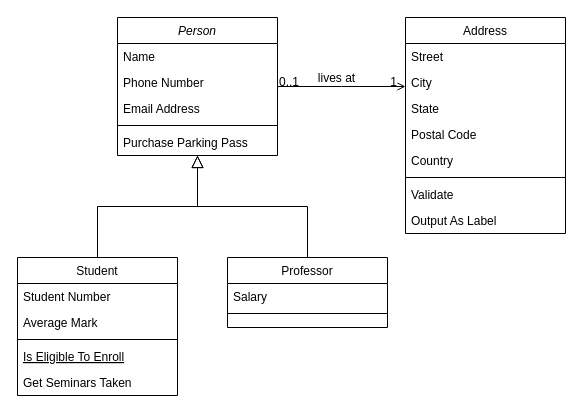
Before: Untitled Diagram.drawio in OrnanKeivison/PEOO, a draw.io diagram. Source tidied: cells renumbered, new cells numbered last; positions are measured from the earlier drawing's top-left corner, leaving out a move shared by most shapes. Both pictures are drawn from the tidied source at 100%, with x=0, y=0 at pixel (17, 17).
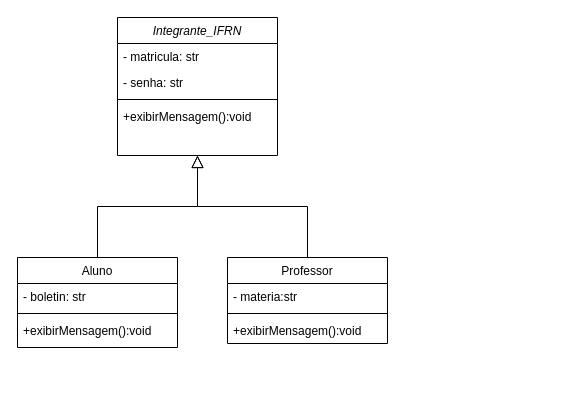
After the change.

Diff of the diagram source:
```diff
@@
-    <mxCell id="2" value="Person" style="swimlane;fontStyle=2;align=center;verticalAlign=top;horizontal=1;startSize=26;rounded=0;shadow=0;strokeWidth=1;" parent="1" vertex="1">
+    <mxCell id="2" value="Integrante_IFRN" style="swimlane;fontStyle=2;align=center;verticalAlign=top;horizontal=1;startSize=26;rounded=0;shadow=0;strokeWidth=1;" parent="1" vertex="1">
       <mxGeometry x="100" width="160" height="138" as="geometry" />
     </mxCell>
-    <mxCell id="3" value="Name" style="text;align=left;verticalAlign=top;spacingLeft=4;spacingRight=4;overflow=hidden;" parent="2" vertex="1">
+    <mxCell id="3" value="- matricula: str" style="text;align=left;verticalAlign=top;spacingLeft=4;spacingRight=4;overflow=hidden;" parent="2" vertex="1">
       <mxGeometry y="26" width="160" height="26" as="geometry" />
     </mxCell>
-    <mxCell id="4" value="Phone Number" style="text;align=left;verticalAlign=top;spacingLeft=4;spacingRight=4;overflow=hidden;rounded=0;shadow=0;html=0;" parent="2" vertex="1">
+    <mxCell id="4" value="- senha: str" style="text;align=left;verticalAlign=top;spacingLeft=4;spacingRight=4;overflow=hidden;rounded=0;shadow=0;html=0;" parent="2" vertex="1">
       <mxGeometry y="52" width="160" height="26" as="geometry" />
     </mxCell>
-    <mxCell id="5" value="Email Address" style="text;align=left;verticalAlign=top;spacingLeft=4;spacingRight=4;overflow=hidden;rounded=0;shadow=0;html=0;" parent="2" vertex="1">
-      <mxGeometry y="78" width="160" height="26" as="geometry" />
-    </mxCell>
     <mxCell id="6" style="line;html=1;strokeWidth=1;align=left;verticalAlign=middle;spacingTop=-1;spacingLeft=3;spacingRight=3;labelPosition=right;" parent="2" vertex="1">
-      <mxGeometry y="104" width="160" height="8" as="geometry" />
+      <mxGeometry y="78" width="160" height="8" as="geometry" />
     </mxCell>
-    <mxCell id="7" value="Purchase Parking Pass" style="text;align=left;verticalAlign=top;spacingLeft=4;spacingRight=4;overflow=hidden;" parent="2" vertex="1">
-      <mxGeometry y="112" width="160" height="26" as="geometry" />
+    <mxCell id="7" value="+exibirMensagem():void" style="text;align=left;verticalAlign=top;spacingLeft=4;spacingRight=4;overflow=hidden;" parent="2" vertex="1">
+      <mxGeometry y="86" width="160" height="26" as="geometry" />
     </mxCell>
-    <mxCell id="8" value="Student" style="swimlane;fontStyle=0;align=center;verticalAlign=top;horizontal=1;startSize=26;rounded=0;shadow=0;strokeWidth=1;" parent="1" vertex="1">
-      <mxGeometry y="240" width="160" height="138" as="geometry" />
+    <mxCell id="8" value="Aluno" style="swimlane;fontStyle=0;align=center;verticalAlign=top;horizontal=1;startSize=26;rounded=0;shadow=0;strokeWidth=1;" parent="1" vertex="1">
+      <mxGeometry y="240" width="160" height="90" as="geometry" />
     </mxCell>
-    <mxCell id="9" value="Student Number" style="text;align=left;verticalAlign=top;spacingLeft=4;spacingRight=4;overflow=hidden;" parent="8" vertex="1">
+    <mxCell id="9" value="- boletin: str" style="text;align=left;verticalAlign=top;spacingLeft=4;spacingRight=4;overflow=hidden;" parent="8" vertex="1">
       <mxGeometry y="26" width="160" height="26" as="geometry" />
     </mxCell>
-    <mxCell id="10" value="Average Mark" style="text;align=left;verticalAlign=top;spacingLeft=4;spacingRight=4;overflow=hidden;rounded=0;shadow=0;html=0;" parent="8" vertex="1">
-      <mxGeometry y="52" width="160" height="26" as="geometry" />
-    </mxCell>
     <mxCell id="11" style="line;html=1;strokeWidth=1;align=left;verticalAlign=middle;spacingTop=-1;spacingLeft=3;spacingRight=3;labelPosition=right;" parent="8" vertex="1">
-      <mxGeometry y="78" width="160" height="8" as="geometry" />
+      <mxGeometry y="52" width="160" height="8" as="geometry" />
     </mxCell>
-    <mxCell id="12" value="Is Eligible To Enroll" style="text;align=left;verticalAlign=top;spacingLeft=4;spacingRight=4;overflow=hidden;fontStyle=4;" parent="8" vertex="1">
-      <mxGeometry y="86" width="160" height="26" as="geometry" />
-    </mxCell>
-    <mxCell id="13" value="Get Seminars Taken" style="text;align=left;verticalAlign=top;spacingLeft=4;spacingRight=4;overflow=hidden;" parent="8" vertex="1">
-      <mxGeometry y="112" width="160" height="26" as="geometry" />
-    </mxCell>
+    <mxCell id="32" value="+exibirMensagem():void" style="text;align=left;verticalAlign=top;spacingLeft=4;spacingRight=4;overflow=hidden;" parent="8" vertex="1">
+      <mxGeometry y="60" width="160" height="26" as="geometry" />
+    </mxCell>
@@
     <mxCell id="15" value="Professor" style="swimlane;fontStyle=0;align=center;verticalAlign=top;horizontal=1;startSize=26;rounded=0;shadow=0;strokeWidth=1;" parent="1" vertex="1">
-      <mxGeometry x="210" y="240" width="160" height="70" as="geometry" />
+      <mxGeometry x="210" y="240" width="160" height="86" as="geometry" />
     </mxCell>
-    <mxCell id="16" value="Salary" style="text;align=left;verticalAlign=top;spacingLeft=4;spacingRight=4;overflow=hidden;" parent="15" vertex="1">
+    <mxCell id="16" value="- materia:str" style="text;align=left;verticalAlign=top;spacingLeft=4;spacingRight=4;overflow=hidden;" parent="15" vertex="1">
       <mxGeometry y="26" width="160" height="26" as="geometry" />
     </mxCell>
@@
+    <mxCell id="33" value="+exibirMensagem():void" style="text;align=left;verticalAlign=top;spacingLeft=4;spacingRight=4;overflow=hidden;" parent="15" vertex="1">
+      <mxGeometry y="60" width="160" height="26" as="geometry" />
+    </mxCell>
@@
-    <mxCell id="19" value="Address" style="swimlane;fontStyle=0;align=center;verticalAlign=top;horizontal=1;startSize=26;rounded=0;shadow=0;strokeWidth=1;" parent="1" vertex="1">
-      <mxGeometry x="388" width="160" height="216" as="geometry" />
-    </mxCell>
-    <mxCell id="20" value="Street" style="text;align=left;verticalAlign=top;spacingLeft=4;spacingRight=4;overflow=hidden;" parent="19" vertex="1">
-      <mxGeometry y="26" width="160" height="26" as="geometry" />
-    </mxCell>
-    <mxCell id="21" value="City" style="text;align=left;verticalAlign=top;spacingLeft=4;spacingRight=4;overflow=hidden;rounded=0;shadow=0;html=0;" parent="19" vertex="1">
-      <mxGeometry y="52" width="160" height="26" as="geometry" />
-    </mxCell>
-    <mxCell id="22" value="State" style="text;align=left;verticalAlign=top;spacingLeft=4;spacingRight=4;overflow=hidden;rounded=0;shadow=0;html=0;" parent="19" vertex="1">
-      <mxGeometry y="78" width="160" height="26" as="geometry" />
-    </mxCell>
-    <mxCell id="23" value="Postal Code" style="text;align=left;verticalAlign=top;spacingLeft=4;spacingRight=4;overflow=hidden;rounded=0;shadow=0;html=0;" parent="19" vertex="1">
-      <mxGeometry y="104" width="160" height="26" as="geometry" />
-    </mxCell>
-    <mxCell id="24" value="Country" style="text;align=left;verticalAlign=top;spacingLeft=4;spacingRight=4;overflow=hidden;rounded=0;shadow=0;html=0;" parent="19" vertex="1">
-      <mxGeometry y="130" width="160" height="26" as="geometry" />
-    </mxCell>
-    <mxCell id="25" style="line;html=1;strokeWidth=1;align=left;verticalAlign=middle;spacingTop=-1;spacingLeft=3;spacingRight=3;labelPosition=right;" parent="19" vertex="1">
-      <mxGeometry y="156" width="160" height="8" as="geometry" />
-    </mxCell>
-    <mxCell id="26" value="Validate" style="text;align=left;verticalAlign=top;spacingLeft=4;spacingRight=4;overflow=hidden;" parent="19" vertex="1">
-      <mxGeometry y="164" width="160" height="26" as="geometry" />
-    </mxCell>
-    <mxCell id="27" value="Output As Label" style="text;align=left;verticalAlign=top;spacingLeft=4;spacingRight=4;overflow=hidden;" parent="19" vertex="1">
-      <mxGeometry y="190" width="160" height="26" as="geometry" />
-    </mxCell>
-    <mxCell id="28" style="endArrow=open;shadow=0;strokeWidth=1;rounded=0;endFill=1;edgeStyle=elbowEdgeStyle;elbow=vertical;" parent="1" edge="1" source="2" target="19">
-      <mxGeometry x="0.5" y="41" relative="1" as="geometry">
-        <mxPoint x="-40" y="32" as="offset" />
-      </mxGeometry>
-    </mxCell>
-    <mxCell id="29" value="0..1" style="align=left;verticalAlign=bottom;labelBackgroundColor=none;fontSize=12;" parent="28" vertex="1">
-      <mxGeometry x="-1" relative="1" as="geometry">
-        <mxPoint y="4" as="offset" />
-      </mxGeometry>
-    </mxCell>
-    <mxCell id="30" value="1" style="align=right;verticalAlign=bottom;labelBackgroundColor=none;fontSize=12;" parent="28" vertex="1">
-      <mxGeometry x="1" relative="1" as="geometry">
-        <mxPoint x="-7" y="4" as="offset" />
-      </mxGeometry>
-    </mxCell>
-    <mxCell id="31" value="lives at" style="text;html=1;align=center;verticalAlign=middle;labelBackgroundColor=none;rounded=0;shadow=0;strokeWidth=1;fontSize=12;" parent="28" vertex="1">
-      <mxGeometry x="0.5" y="49" relative="1" as="geometry">
-        <mxPoint x="-38" y="40" as="offset" />
-      </mxGeometry>
-    </mxCell>
```
